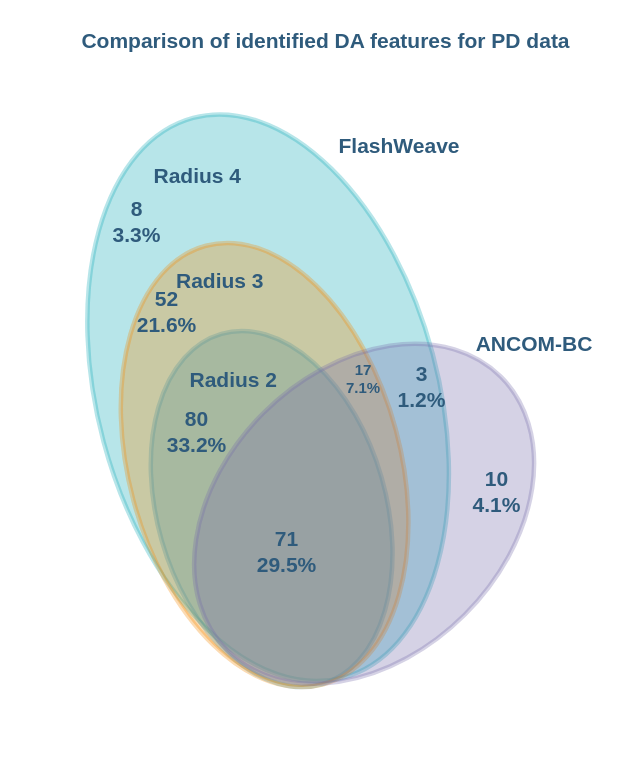
The draw.io diagram Untitled Diagram.drawio in Zakir-Hossine/-bioinformatics, before the edit. Source tidied: cells renumbered, new cells numbered last; positions are measured from the earlier drawing's top-left corner, leaving out a move shared by most shapes. Both pictures are drawn from the tidied source at 150%, with x=0, y=0 at pixel (-22, 26).
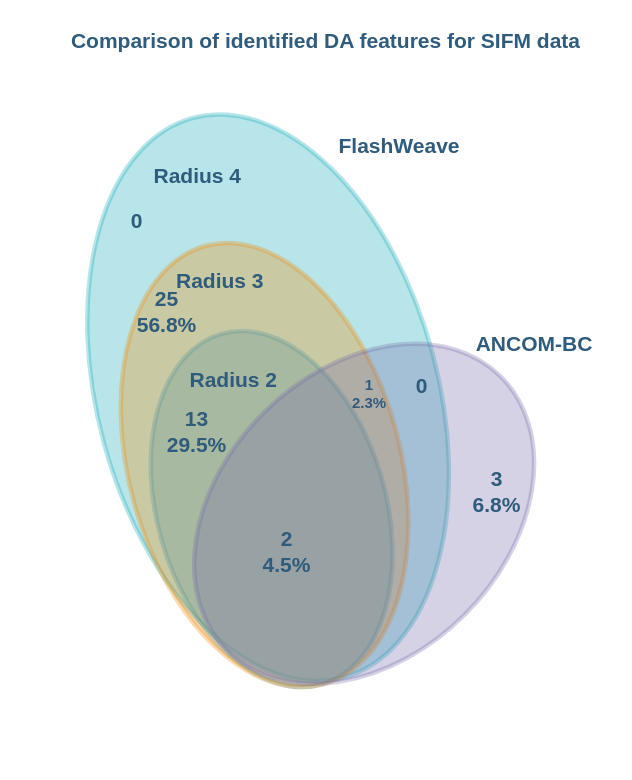
The same diagram, later.

Diff of the diagram source:
```diff
@@
 <mxGraphModel>
   <root>
     <mxCell id="0" />
     <mxCell id="1" parent="0" />
     <mxCell id="2" style="ellipse;whiteSpace=wrap;html=1;rounded=1;shadow=0;labelBackgroundColor=none;strokeColor=#12aab5;strokeWidth=3;fillColor=#12aab5;fontFamily=Helvetica;fontSize=14;fontColor=#2F5B7C;align=center;opacity=30;rotation=75;" parent="1" vertex="1">
       <mxGeometry x="0.1" y="134.1" width="386.3" height="227.1" as="geometry" />
     </mxCell>
     <mxCell id="3" style="ellipse;whiteSpace=wrap;html=1;rounded=1;shadow=0;labelBackgroundColor=none;strokeColor=#1699d3;strokeWidth=3;fillColor=#1699d3;fontFamily=Helvetica;fontSize=14;fontColor=#2F5B7C;align=center;opacity=30;rotation=74;" parent="1" vertex="1">
       <mxGeometry x="74.1" y="245.6" width="243" height="152.5" as="geometry" />
     </mxCell>
     <mxCell id="4" style="ellipse;whiteSpace=wrap;html=1;rounded=1;shadow=0;labelBackgroundColor=none;strokeColor=#F08705;strokeWidth=3;fillColor=#F08705;fontFamily=Helvetica;fontSize=14;fontColor=#2F5B7C;align=center;opacity=30;rotation=-105;" parent="1" vertex="1">
       <mxGeometry x="39.6" y="201.9" width="302.6" height="181.2" as="geometry" />
     </mxCell>
     <mxCell id="5" style="ellipse;whiteSpace=wrap;html=1;rounded=1;shadow=0;labelBackgroundColor=none;strokeColor=#736ca8;strokeWidth=3;fillColor=#736ca8;fontFamily=Helvetica;fontSize=14;fontColor=#2F5B7C;align=center;opacity=30;rotation=-45;" parent="1" vertex="1">
       <mxGeometry x="128.2" y="230" width="258.1" height="190" as="geometry" />
     </mxCell>
     <mxCell id="6" value="Radius 2" style="text;html=1;strokeColor=none;fillColor=none;align=center;verticalAlign=middle;whiteSpace=wrap;rounded=0;shadow=0;labelBackgroundColor=none;fontFamily=Helvetica;fontSize=14;fontColor=#2F5B7C;fontStyle=1;" parent="1" vertex="1">
       <mxGeometry x="135.2" y="225.6" width="70.8" height="20" as="geometry" />
     </mxCell>
-    <mxCell id="7" value="Comparison of identified DA features for PD data" style="text;html=1;strokeColor=none;fillColor=none;align=center;verticalAlign=middle;whiteSpace=wrap;rounded=0;shadow=0;labelBackgroundColor=none;fontFamily=Helvetica;fontSize=14;fontColor=#2F5B7C;fontStyle=1;" parent="1" vertex="1">
+    <mxCell id="7" value="Comparison of identified DA features for SIFM data" style="text;html=1;strokeColor=none;fillColor=none;align=center;verticalAlign=middle;whiteSpace=wrap;rounded=0;shadow=0;labelBackgroundColor=none;fontFamily=Helvetica;fontSize=14;fontColor=#2F5B7C;fontStyle=1;" parent="1" vertex="1">
       <mxGeometry x="57.1" width="350" height="20" as="geometry" />
     </mxCell>
     <mxCell id="8" value="ANCOM-BC" style="text;html=1;strokeColor=none;fillColor=none;align=center;verticalAlign=middle;whiteSpace=wrap;rounded=0;shadow=0;labelBackgroundColor=none;fontFamily=Helvetica;fontSize=14;fontColor=#2F5B7C;fontStyle=1;" parent="1" vertex="1">
       <mxGeometry x="326" y="201.9" width="90" height="20" as="geometry" />
     </mxCell>
-    <mxCell id="9" value="52&lt;br&gt;21.6%" style="text;html=1;strokeColor=none;fillColor=none;align=center;verticalAlign=middle;whiteSpace=wrap;rounded=0;shadow=0;labelBackgroundColor=none;fontFamily=Helvetica;fontSize=14;fontColor=#2F5B7C;fontStyle=1;" parent="1" vertex="1">
+    <mxCell id="9" value="25&lt;br&gt;56.8%" style="text;html=1;strokeColor=none;fillColor=none;align=center;verticalAlign=middle;whiteSpace=wrap;rounded=0;shadow=0;labelBackgroundColor=none;fontFamily=Helvetica;fontSize=14;fontColor=#2F5B7C;fontStyle=1;" parent="1" vertex="1">
       <mxGeometry x="106" y="180" width="40" height="20" as="geometry" />
     </mxCell>
-    <mxCell id="10" value="80&lt;br&gt;33.2%" style="text;html=1;strokeColor=none;fillColor=none;align=center;verticalAlign=middle;whiteSpace=wrap;rounded=0;shadow=0;labelBackgroundColor=none;fontFamily=Helvetica;fontSize=14;fontColor=#2F5B7C;fontStyle=1;" parent="1" vertex="1">
+    <mxCell id="10" value="13&lt;br&gt;29.5%" style="text;html=1;strokeColor=none;fillColor=none;align=center;verticalAlign=middle;whiteSpace=wrap;rounded=0;shadow=0;labelBackgroundColor=none;fontFamily=Helvetica;fontSize=14;fontColor=#2F5B7C;fontStyle=1;" parent="1" vertex="1">
       <mxGeometry x="126" y="260" width="40" height="20" as="geometry" />
     </mxCell>
-    <mxCell id="11" value="71&lt;br&gt;29.5%" style="text;html=1;strokeColor=none;fillColor=none;align=center;verticalAlign=middle;whiteSpace=wrap;rounded=0;shadow=0;labelBackgroundColor=none;fontFamily=Helvetica;fontSize=14;fontColor=#2F5B7C;fontStyle=1;" parent="1" vertex="1">
+    <mxCell id="11" value="2&lt;br&gt;4.5%" style="text;html=1;strokeColor=none;fillColor=none;align=center;verticalAlign=middle;whiteSpace=wrap;rounded=0;shadow=0;labelBackgroundColor=none;fontFamily=Helvetica;fontSize=14;fontColor=#2F5B7C;fontStyle=1;" parent="1" vertex="1">
       <mxGeometry x="186" y="340" width="40" height="20" as="geometry" />
     </mxCell>
-    <mxCell id="12" value="10&lt;br&gt;4.1%" style="text;html=1;strokeColor=none;fillColor=none;align=center;verticalAlign=middle;whiteSpace=wrap;rounded=0;shadow=0;labelBackgroundColor=none;fontFamily=Helvetica;fontSize=14;fontColor=#2F5B7C;fontStyle=1;" parent="1" vertex="1">
+    <mxCell id="12" value="3&lt;br&gt;6.8%" style="text;html=1;strokeColor=none;fillColor=none;align=center;verticalAlign=middle;whiteSpace=wrap;rounded=0;shadow=0;labelBackgroundColor=none;fontFamily=Helvetica;fontSize=14;fontColor=#2F5B7C;fontStyle=1;" parent="1" vertex="1">
       <mxGeometry x="326" y="300" width="40" height="20" as="geometry" />
     </mxCell>
-    <mxCell id="13" value="17&lt;br style=&quot;font-size: 10px;&quot;&gt;7.1%" style="text;html=1;strokeColor=none;fillColor=none;align=center;verticalAlign=middle;whiteSpace=wrap;rounded=0;shadow=0;labelBackgroundColor=none;fontFamily=Helvetica;fontSize=10;fontColor=#2F5B7C;fontStyle=1;" parent="1" vertex="1">
-      <mxGeometry x="252.3" y="230" width="10" height="10" as="geometry" />
+    <mxCell id="13" value="1&lt;br&gt;2.3%" style="text;html=1;strokeColor=none;fillColor=none;align=center;verticalAlign=middle;whiteSpace=wrap;rounded=0;shadow=0;labelBackgroundColor=none;fontFamily=Helvetica;fontSize=10;fontColor=#2F5B7C;fontStyle=1;" parent="1" vertex="1">
+      <mxGeometry x="246" y="230" width="30" height="30" as="geometry" />
     </mxCell>
     <mxCell id="14" value="FlashWeave" style="text;html=1;strokeColor=none;fillColor=none;align=center;verticalAlign=middle;whiteSpace=wrap;rounded=0;shadow=0;labelBackgroundColor=none;fontFamily=Helvetica;fontSize=14;fontColor=#2F5B7C;fontStyle=1;" parent="1" vertex="1">
       <mxGeometry x="236" y="70" width="90" height="20" as="geometry" />
     </mxCell>
-    <mxCell id="15" value="8&lt;br&gt;3.3%" style="text;html=1;strokeColor=none;fillColor=none;align=center;verticalAlign=middle;whiteSpace=wrap;rounded=0;shadow=0;labelBackgroundColor=none;fontFamily=Helvetica;fontSize=14;fontColor=#2F5B7C;fontStyle=1;" parent="1" vertex="1">
+    <mxCell id="15" value="0" style="text;html=1;strokeColor=none;fillColor=none;align=center;verticalAlign=middle;whiteSpace=wrap;rounded=0;shadow=0;labelBackgroundColor=none;fontFamily=Helvetica;fontSize=14;fontColor=#2F5B7C;fontStyle=1;" parent="1" vertex="1">
       <mxGeometry x="86" y="120" width="40" height="20" as="geometry" />
     </mxCell>
-    <mxCell id="16" value="3&lt;br&gt;1.2%" style="text;html=1;strokeColor=none;fillColor=none;align=center;verticalAlign=middle;whiteSpace=wrap;rounded=0;shadow=0;labelBackgroundColor=none;fontFamily=Helvetica;fontSize=14;fontColor=#2F5B7C;fontStyle=1;" parent="1" vertex="1">
+    <mxCell id="16" value="0" style="text;html=1;strokeColor=none;fillColor=none;align=center;verticalAlign=middle;whiteSpace=wrap;rounded=0;shadow=0;labelBackgroundColor=none;fontFamily=Helvetica;fontSize=14;fontColor=#2F5B7C;fontStyle=1;" parent="1" vertex="1">
       <mxGeometry x="276" y="230" width="40" height="20" as="geometry" />
     </mxCell>
     <mxCell id="17" value="Radius 3" style="text;html=1;strokeColor=none;fillColor=none;align=center;verticalAlign=middle;whiteSpace=wrap;rounded=0;shadow=0;labelBackgroundColor=none;fontFamily=Helvetica;fontSize=14;fontColor=#2F5B7C;fontStyle=1;" parent="1" vertex="1">
       <mxGeometry x="126" y="160" width="70.8" height="20" as="geometry" />
     </mxCell>
     <mxCell id="18" value="Radius 4" style="text;html=1;strokeColor=none;fillColor=none;align=center;verticalAlign=middle;whiteSpace=wrap;rounded=0;shadow=0;labelBackgroundColor=none;fontFamily=Helvetica;fontSize=14;fontColor=#2F5B7C;fontStyle=1;" parent="1" vertex="1">
       <mxGeometry x="110.6" y="90" width="70.8" height="20" as="geometry" />
     </mxCell>
   </root>
 </mxGraphModel>
```
